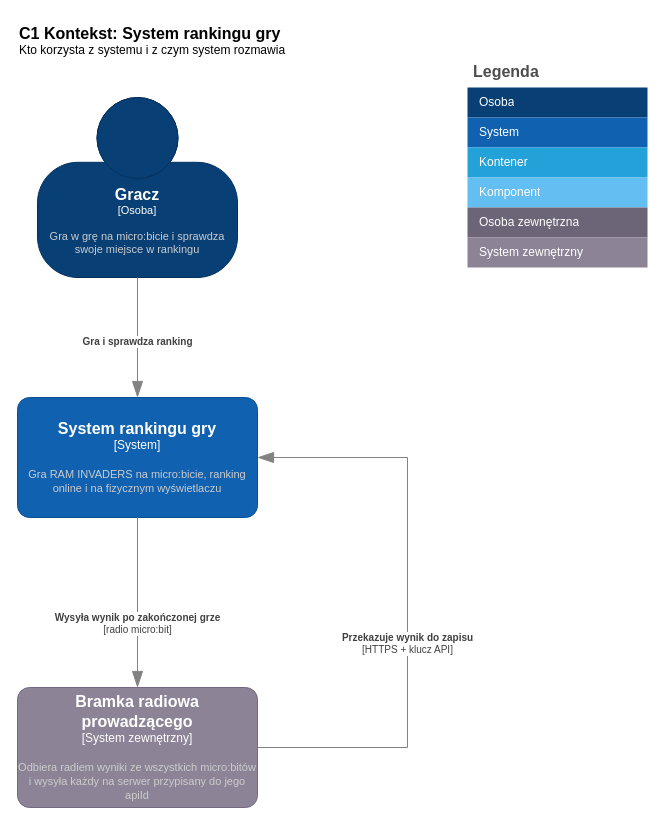
Earlier version of the draw.io diagram page "C1 Kontekst" (1 of 4) of docs/c4-ranking.drawio (Damikk19/Sem5_JiPP). Source tidied: cells renumbered, new cells numbered last; positions are measured from the earlier drawing's top-left corner, leaving out a move shared by most shapes. Both pictures are drawn from the tidied source at 100%, with x=0, y=0 at pixel (17, 17).
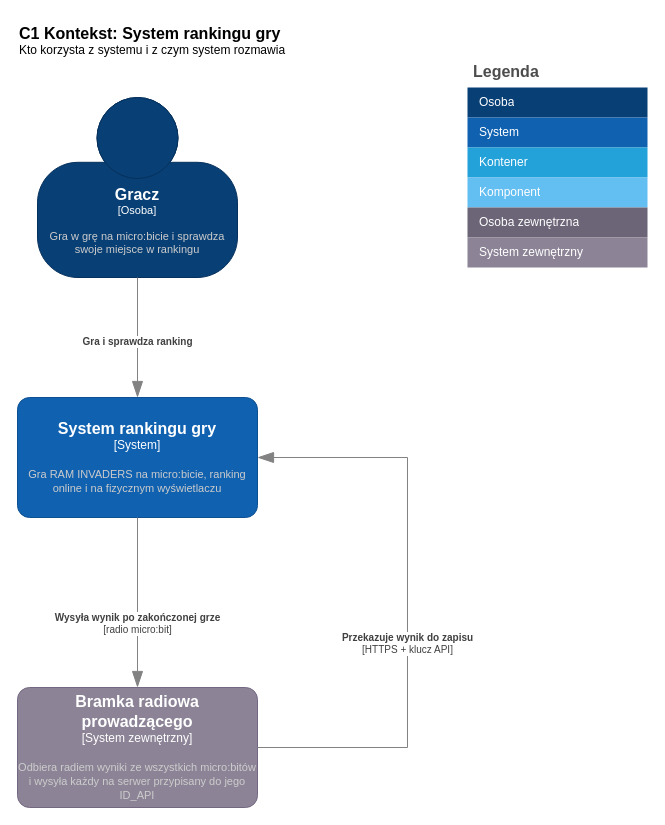
The same page after the edit.

The edit, as a diff of the source:
```diff
@@
-    <object id="5" label="&lt;font style=&quot;font-size: 16px&quot;&gt;&lt;b&gt;%c4Name%&lt;/b&gt;&lt;/font&gt;&lt;div&gt;[%c4Type%]&lt;/div&gt;&lt;br&gt;&lt;div&gt;&lt;font style=&quot;font-size: 11px&quot;&gt;&lt;font color=&quot;#cccccc&quot;&gt;%c4Description%&lt;/font&gt;&lt;/div&gt;" c4Description="Odbiera radiem wyniki ze wszystkich micro:bitów i wysyła każdy na serwer przypisany do jego apiId" c4Name="Bramka radiowa prowadzącego" c4Type="System zewnętrzny" placeholders="1">
+    <object id="5" label="&lt;font style=&quot;font-size: 16px&quot;&gt;&lt;b&gt;%c4Name%&lt;/b&gt;&lt;/font&gt;&lt;div&gt;[%c4Type%]&lt;/div&gt;&lt;br&gt;&lt;div&gt;&lt;font style=&quot;font-size: 11px&quot;&gt;&lt;font color=&quot;#cccccc&quot;&gt;%c4Description%&lt;/font&gt;&lt;/div&gt;" c4Description="Odbiera radiem wyniki ze wszystkich micro:bitów i wysyła każdy na serwer przypisany do jego ID_API" c4Name="Bramka radiowa prowadzącego" c4Type="System zewnętrzny" placeholders="1">
       <mxCell style="rounded=1;whiteSpace=wrap;html=1;labelBackgroundColor=none;fillColor=#8C8496;fontColor=#ffffff;align=center;arcSize=10;strokeColor=#736782;points=[[0.25,0,0],[0.5,0,0],[0.75,0,0],[1,0.25,0],[1,0.5,0],[1,0.75,0],[0.75,1,0],[0.5,1,0],[0.25,1,0],[0,0.75,0],[0,0.5,0],[0,0.25,0]];" parent="1" vertex="1">
         <mxGeometry y="670" width="240" height="120" as="geometry" />
       </mxCell>
     </object>
```
